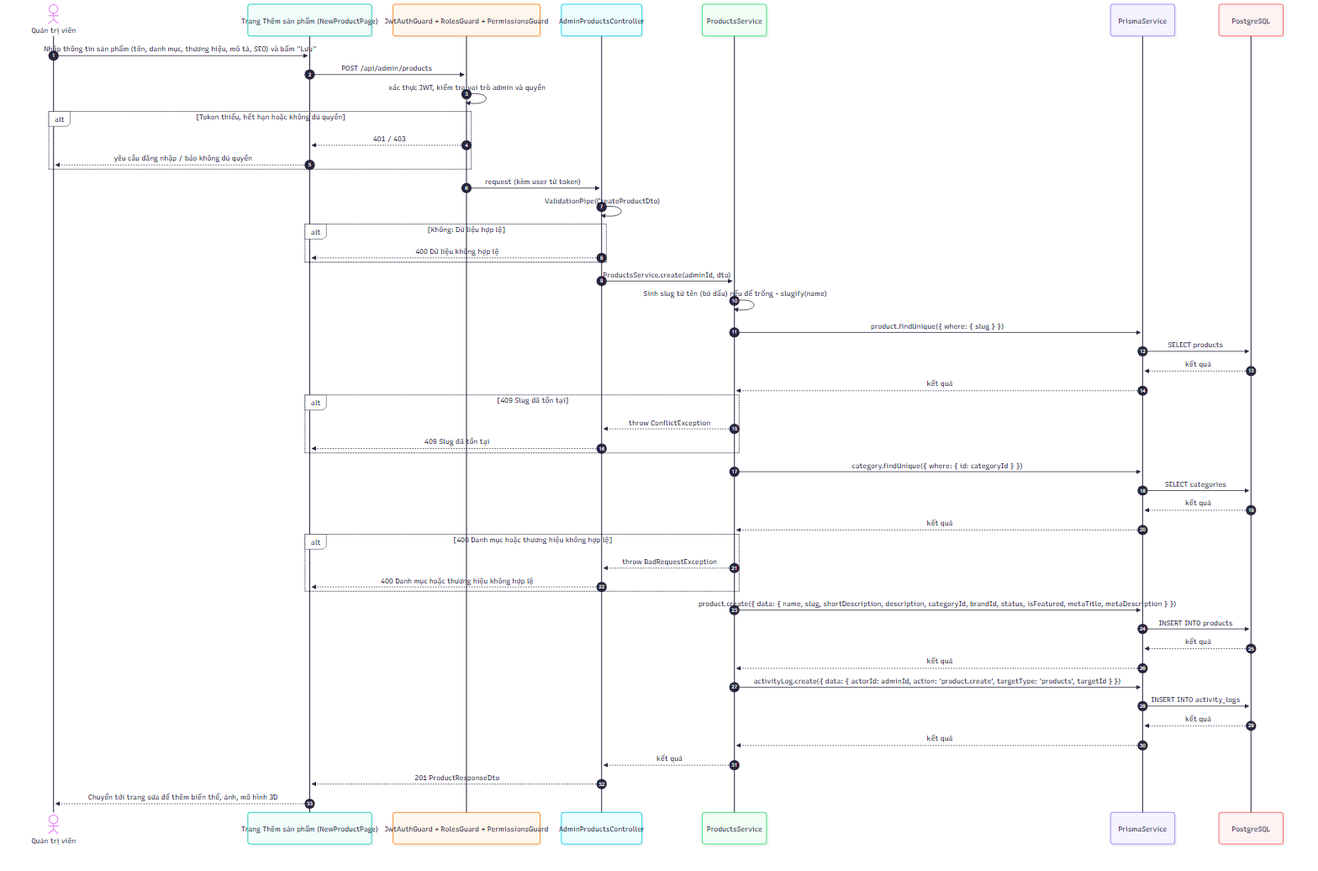
The Mermaid diagram docs/diagrams/png/sequence_UC-ADM-09_quan-ly-san-pham.png in 2431540234-arch/XDUDTMDT, before a commit. Its source is kept beside it as docs/diagrams/src/sequence_UC-ADM-09_quan-ly-san-pham.mmd.
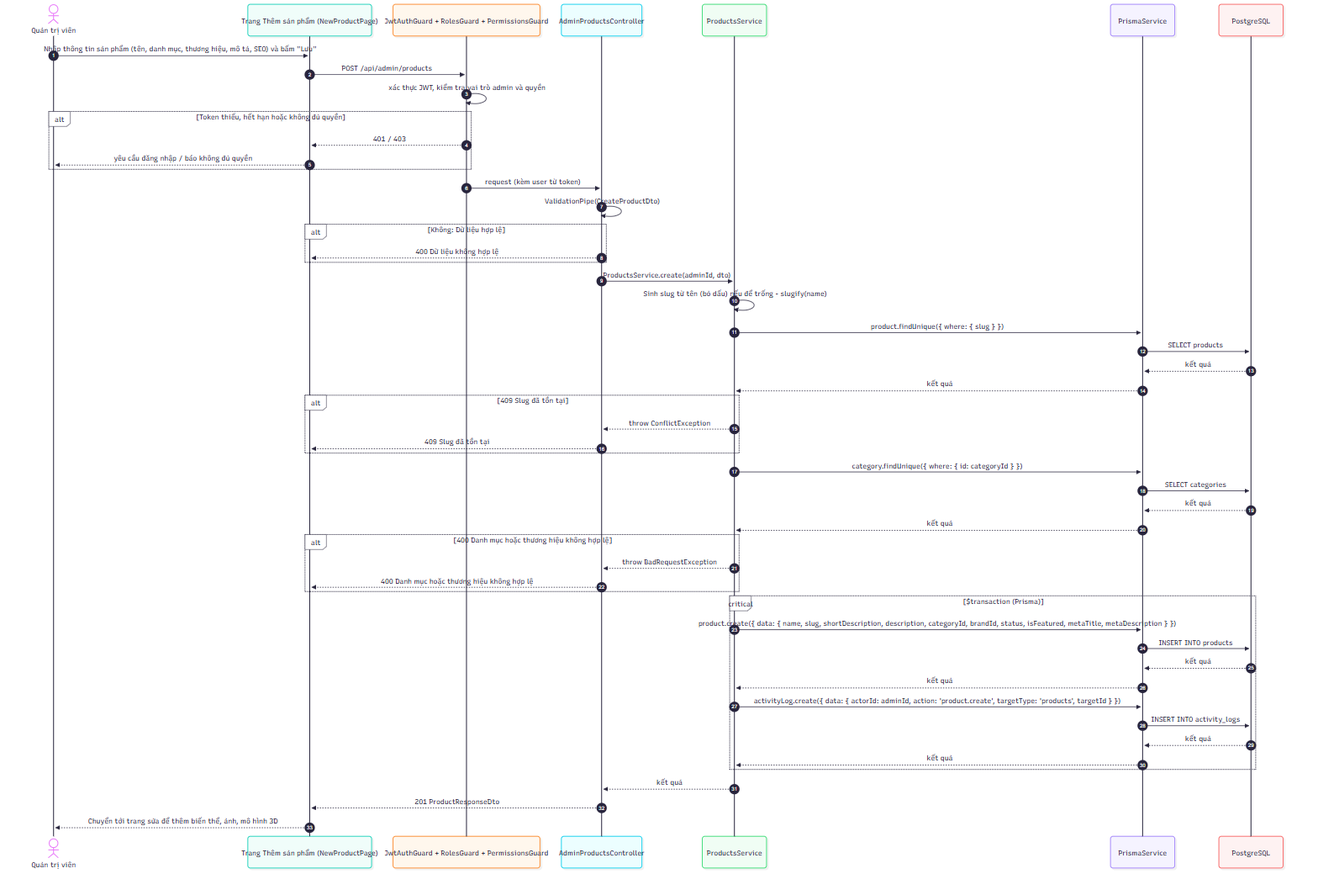
After the commit.

What changed in the source:
```diff
@@ -37,14 +37,16 @@
         S-->>C: throw BadRequestException
         C-->>FE: 400 Danh mục hoặc thương hiệu không hợp lệ
     end
-    S->>P: product.create({ data: { name, slug, shortDescription, description, categoryId, brandId, status, isFeatured, metaTitle, metaDescription } })
-    P->>D: INSERT INTO products
-    D-->>P: kết quả
-    P-->>S: kết quả
-    S->>P: activityLog.create({ data: { actorId: adminId, action: 'product.create', targetType: 'products', targetId } })
-    P->>D: INSERT INTO activity_logs
-    D-->>P: kết quả
-    P-->>S: kết quả
+    critical $transaction (Prisma)
+        S->>P: product.create({ data: { name, slug, shortDescription, description, categoryId, brandId, status, isFeatured, metaTitle, metaDescription } })
+        P->>D: INSERT INTO products
+        D-->>P: kết quả
+        P-->>S: kết quả
+        S->>P: activityLog.create({ data: { actorId: adminId, action: 'product.create', targetType: 'products', targetId } })
+        P->>D: INSERT INTO activity_logs
+        D-->>P: kết quả
+        P-->>S: kết quả
+    end
     S-->>C: kết quả
     C-->>FE: 201 ProductResponseDto
     FE-->>A: Chuyển tới trang sửa để thêm biến thể, ảnh, mô hình 3D
```
